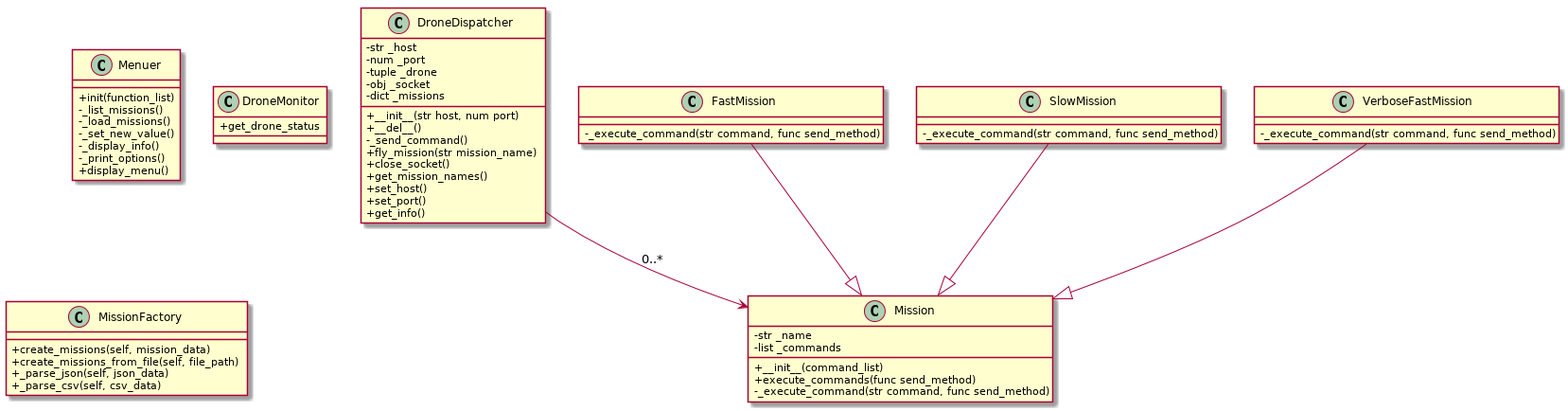
Earlier version of the PlantUML export classDiagrams.png (garryjable/TelloDroneMk2).
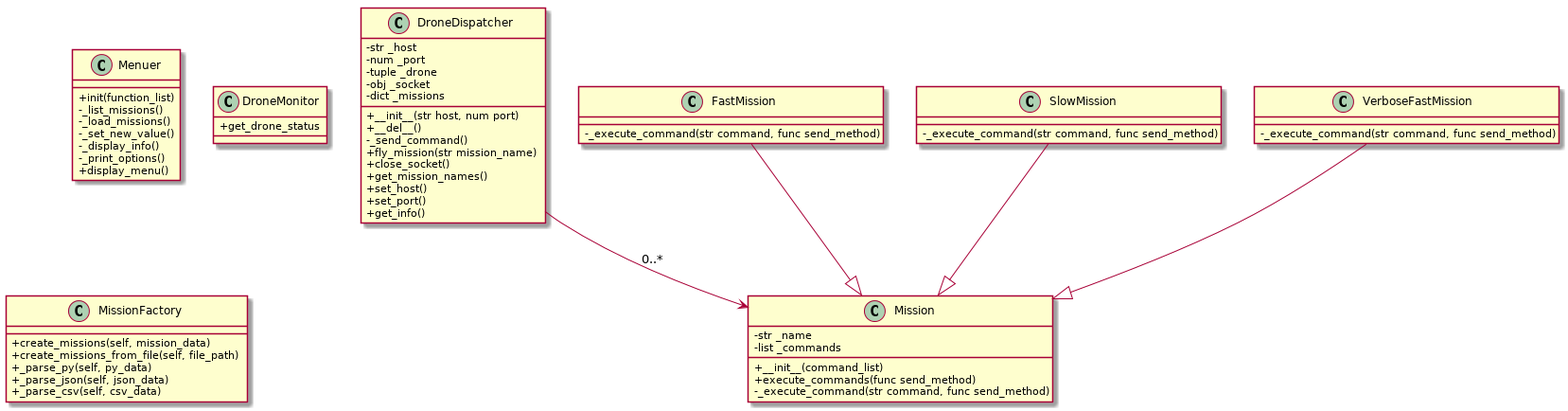
The same file after the commit.

The edit, as a diff of the source:
```diff
@@ -43,6 +43,7 @@
 
     +create_missions(self, mission_data)
     +create_missions_from_file(self, file_path)
+    +_parse_py(self, py_data)
     +_parse_json(self, json_data)
     +_parse_csv(self, csv_data)
 
```
